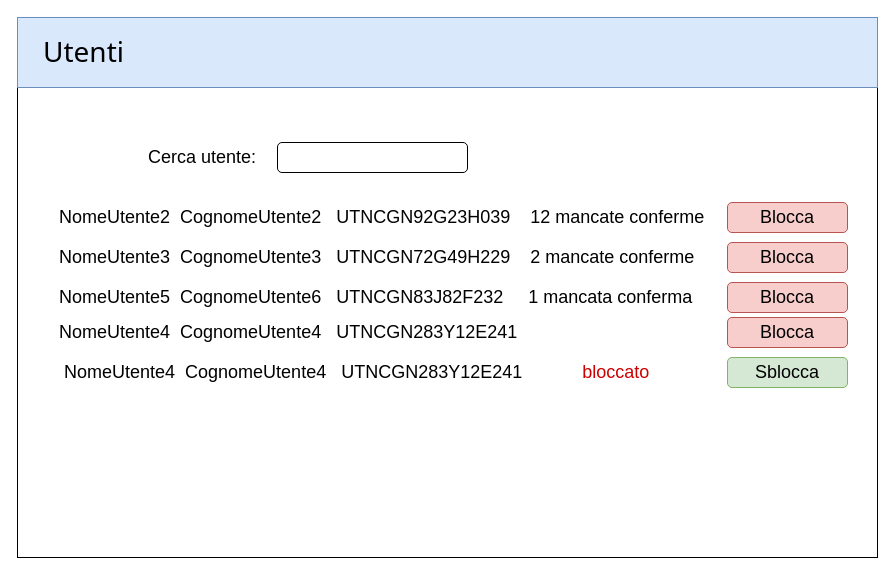
Before: page "Utenti" (5 of 5) of drawio/Interfacce/VisteFarmacia.drawio in lnwor/farmabyte-doc, a draw.io diagram. Source tidied: cells renumbered, new cells numbered last; positions are measured from the earlier drawing's top-left corner, leaving out a move shared by most shapes. Both pictures are drawn from the tidied source at 100%, with x=0, y=0 at pixel (17, 17).
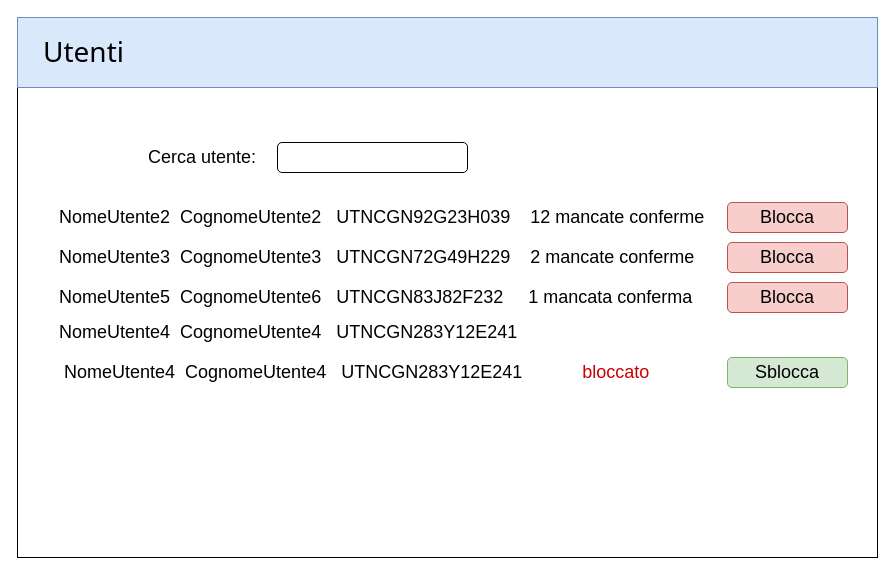
After the change.

Change to the diagram source:
```diff
@@
 <mxGraphModel>
   <root>
     <mxCell id="0" />
     <mxCell id="1" parent="0" />
     <mxCell id="2" value="&lt;br&gt;" style="rounded=0;whiteSpace=wrap;html=1;" parent="1" vertex="1">
       <mxGeometry y="2" width="860" height="538" as="geometry" />
     </mxCell>
     <mxCell id="3" style="rounded=0;whiteSpace=wrap;html=1;fontSize=28;fillColor=#dae8fc;strokeColor=#6c8ebf;" parent="1" vertex="1">
       <mxGeometry width="860" height="70" as="geometry" />
     </mxCell>
     <mxCell id="4" value="Utenti" style="text;strokeColor=none;fillColor=none;align=left;verticalAlign=top;spacingLeft=4;spacingRight=4;overflow=hidden;fontSize=28;fontFamily=Noto Sans;" parent="1" vertex="1">
       <mxGeometry x="20" y="11" width="250" height="58" as="geometry" />
     </mxCell>
     <mxCell id="5" value="Cerca utente:" style="text;html=1;strokeColor=none;fillColor=none;align=center;verticalAlign=middle;whiteSpace=wrap;rounded=0;shadow=0;glass=0;sketch=0;fontSize=18;" parent="1" vertex="1">
       <mxGeometry x="110" y="130" width="150" height="20" as="geometry" />
     </mxCell>
     <mxCell id="6" style="rounded=1;whiteSpace=wrap;html=1;shadow=0;glass=0;sketch=0;fontSize=18;align=left;" parent="1" vertex="1">
       <mxGeometry x="260" y="125" width="190" height="30" as="geometry" />
     </mxCell>
     <mxCell id="7" value="NomeUtente2&amp;nbsp; CognomeUtente2&amp;nbsp; &amp;nbsp;UTNCGN92G23H039&amp;nbsp; &amp;nbsp; 12 mancate conferme" style="text;html=1;strokeColor=none;fillColor=none;align=left;verticalAlign=middle;whiteSpace=wrap;rounded=0;shadow=0;glass=0;sketch=0;fontSize=18;" parent="1" vertex="1">
       <mxGeometry x="40" y="180" width="750" height="40" as="geometry" />
     </mxCell>
     <mxCell id="8" value="Blocca" style="rounded=1;whiteSpace=wrap;html=1;shadow=0;glass=0;sketch=0;fontSize=18;fillColor=#f8cecc;strokeColor=#b85450;" parent="1" vertex="1">
       <mxGeometry x="710" y="185" width="120" height="30" as="geometry" />
     </mxCell>
     <mxCell id="9" value="Blocca" style="rounded=1;whiteSpace=wrap;html=1;shadow=0;glass=0;sketch=0;fontSize=18;fillColor=#f8cecc;strokeColor=#b85450;" parent="1" vertex="1">
       <mxGeometry x="710" y="225" width="120" height="30" as="geometry" />
     </mxCell>
     <mxCell id="10" value="Blocca" style="rounded=1;whiteSpace=wrap;html=1;shadow=0;glass=0;sketch=0;fontSize=18;fillColor=#f8cecc;strokeColor=#b85450;" parent="1" vertex="1">
       <mxGeometry x="710" y="265" width="120" height="30" as="geometry" />
     </mxCell>
-    <mxCell id="11" value="Blocca" style="rounded=1;whiteSpace=wrap;html=1;shadow=0;glass=0;sketch=0;fontSize=18;fillColor=#f8cecc;strokeColor=#b85450;" parent="1" vertex="1">
-      <mxGeometry x="710" y="300" width="120" height="30" as="geometry" />
-    </mxCell>
     <mxCell id="12" value="&amp;nbsp;NomeUtente4&amp;nbsp; CognomeUtente4&amp;nbsp; &amp;nbsp;UTNCGN283Y12E241&amp;nbsp; &amp;nbsp; &amp;nbsp; &amp;nbsp; &amp;nbsp; &amp;nbsp;&amp;nbsp;&lt;font color=&quot;#cc0000&quot;&gt;bloccato&lt;/font&gt;" style="text;html=1;strokeColor=none;fillColor=none;align=left;verticalAlign=middle;whiteSpace=wrap;rounded=0;shadow=0;glass=0;sketch=0;fontSize=18;" parent="1" vertex="1">
       <mxGeometry x="40" y="335" width="660" height="40" as="geometry" />
     </mxCell>
     <mxCell id="13" value="Sblocca" style="rounded=1;whiteSpace=wrap;html=1;shadow=0;glass=0;sketch=0;fontSize=18;fillColor=#d5e8d4;strokeColor=#82b366;" parent="1" vertex="1">
       <mxGeometry x="710" y="340" width="120" height="30" as="geometry" />
     </mxCell>
     <mxCell id="14" value="NomeUtente3&amp;nbsp; CognomeUtente3&amp;nbsp; &amp;nbsp;UTNCGN72G49H229&amp;nbsp; &amp;nbsp; 2 mancate conferme" style="text;html=1;strokeColor=none;fillColor=none;align=left;verticalAlign=middle;whiteSpace=wrap;rounded=0;shadow=0;glass=0;sketch=0;fontSize=18;" parent="1" vertex="1">
       <mxGeometry x="40" y="220" width="750" height="40" as="geometry" />
     </mxCell>
     <mxCell id="15" value="NomeUtente5&amp;nbsp; CognomeUtente6&amp;nbsp; &amp;nbsp;UTNCGN83J82F232&amp;nbsp; &amp;nbsp; &amp;nbsp;1 mancata conferma" style="text;html=1;strokeColor=none;fillColor=none;align=left;verticalAlign=middle;whiteSpace=wrap;rounded=0;shadow=0;glass=0;sketch=0;fontSize=18;" parent="1" vertex="1">
       <mxGeometry x="40" y="260" width="750" height="40" as="geometry" />
     </mxCell>
     <mxCell id="16" value="NomeUtente4&amp;nbsp; CognomeUtente4&amp;nbsp; &amp;nbsp;UTNCGN283Y12E241" style="text;html=1;strokeColor=none;fillColor=none;align=left;verticalAlign=middle;whiteSpace=wrap;rounded=0;shadow=0;glass=0;sketch=0;fontSize=18;" parent="1" vertex="1">
       <mxGeometry x="40" y="295" width="750" height="40" as="geometry" />
     </mxCell>
   </root>
 </mxGraphModel>
```
